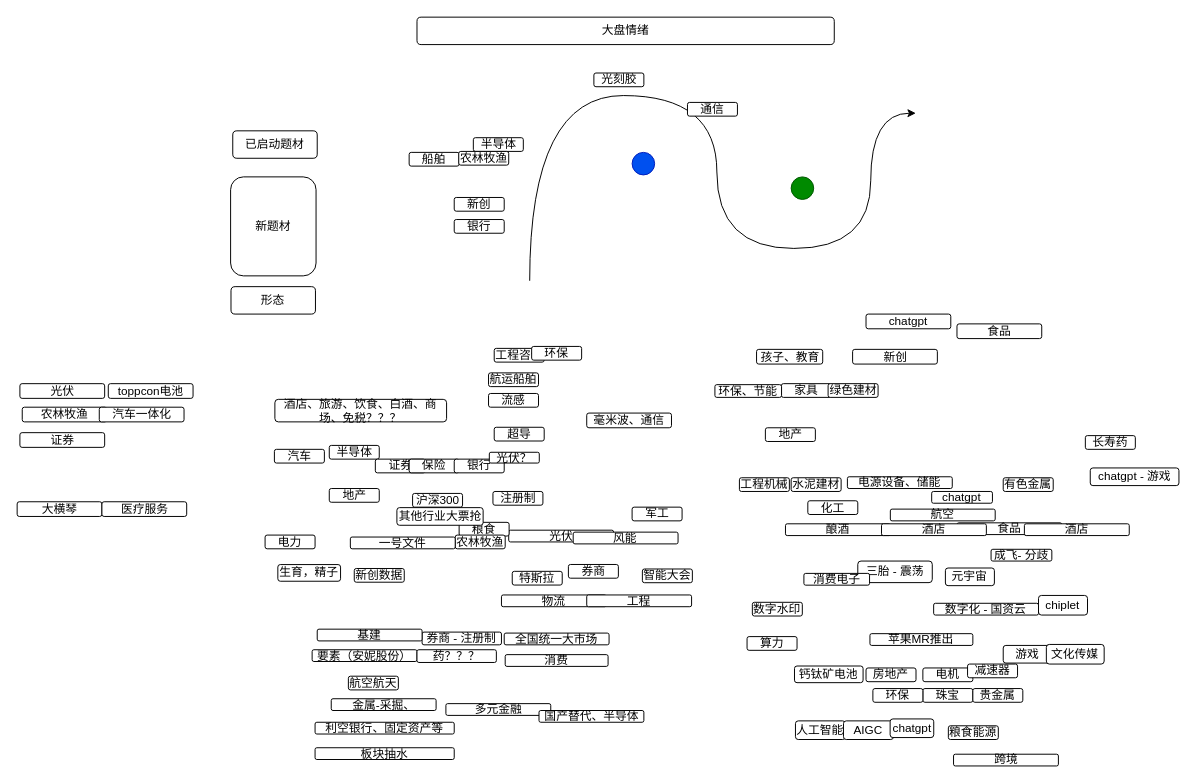
The draw.io diagram menus/每日头脑风暴.drawio in Asamiyaa/microservice-k8s-yun, before the edit. Source tidied: cells renumbered, new cells numbered last; positions are measured from the earlier drawing's top-left corner, leaving out a move shared by most shapes. Both pictures are drawn from the tidied source at 98%, with x=0, y=0 at pixel (17, 17).
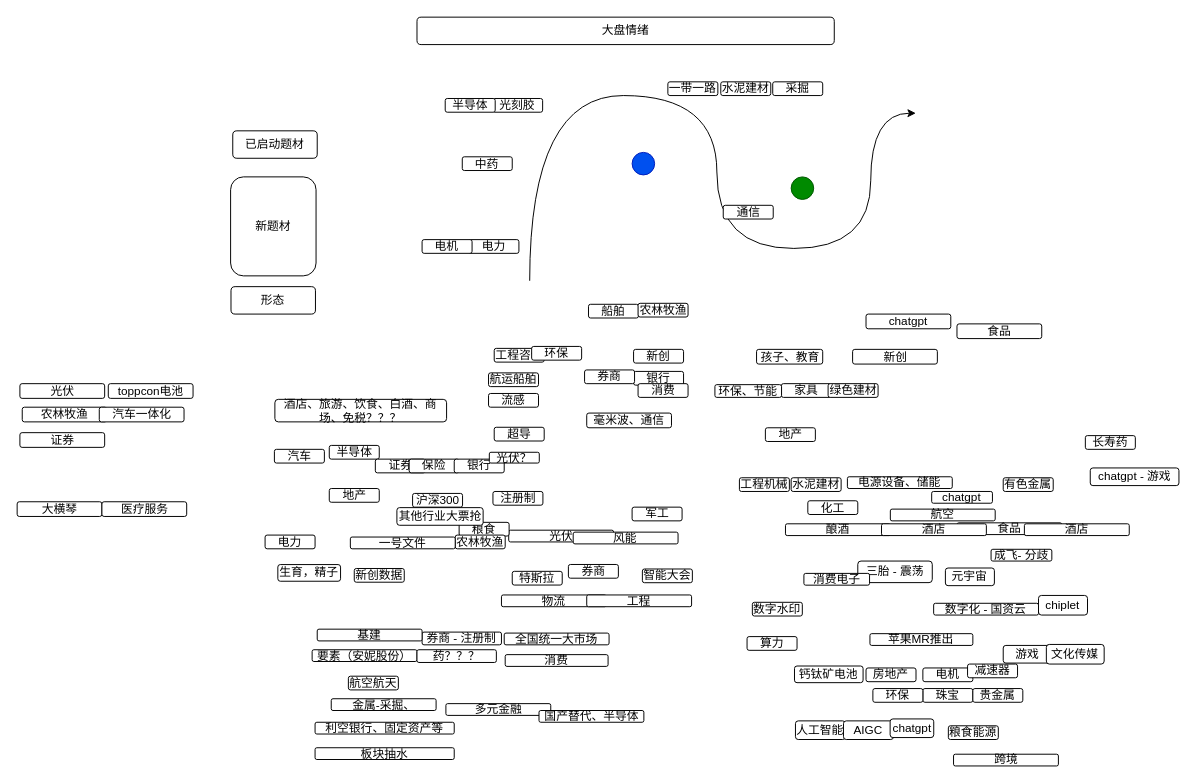
After the change.

Commit message:
更新每日头脑风暴.drawio

Change to the diagram source:
```diff
@@
     <mxCell id="102" value="光刻胶" style="rounded=1;whiteSpace=wrap;html=1;" parent="1" vertex="1">
-      <mxGeometry x="588.5" y="57" width="51" height="14" as="geometry" />
+      <mxGeometry x="485.2" y="83" width="51" height="14" as="geometry" />
     </mxCell>
     <mxCell id="103" value="通信" style="rounded=1;whiteSpace=wrap;html=1;" parent="1" vertex="1">
-      <mxGeometry x="684" y="87" width="51" height="14" as="geometry" />
+      <mxGeometry x="720.5" y="192" width="51" height="14" as="geometry" />
     </mxCell>
@@
     <mxCell id="105" value="半导体" style="rounded=1;whiteSpace=wrap;html=1;" parent="1" vertex="1">
-      <mxGeometry x="465.5" y="123" width="51" height="14" as="geometry" />
+      <mxGeometry x="436.8" y="83" width="51" height="14" as="geometry" />
     </mxCell>
     <mxCell id="106" value="船舶" style="rounded=1;whiteSpace=wrap;html=1;" parent="1" vertex="1">
-      <mxGeometry x="400" y="138" width="51" height="14" as="geometry" />
+      <mxGeometry x="583" y="293" width="51" height="14" as="geometry" />
     </mxCell>
     <mxCell id="107" value="农林牧渔" style="rounded=1;whiteSpace=wrap;html=1;" parent="1" vertex="1">
-      <mxGeometry x="450.6" y="137" width="51" height="14" as="geometry" />
+      <mxGeometry x="633.6" y="292" width="51" height="14" as="geometry" />
     </mxCell>
     <mxCell id="108" value="新创" style="rounded=1;whiteSpace=wrap;html=1;" parent="1" vertex="1">
-      <mxGeometry x="446" y="184" width="51" height="14" as="geometry" />
+      <mxGeometry x="629" y="339" width="51" height="14" as="geometry" />
     </mxCell>
     <mxCell id="109" value="银行" style="rounded=1;whiteSpace=wrap;html=1;" parent="1" vertex="1">
-      <mxGeometry x="446" y="206.5" width="51" height="14" as="geometry" />
+      <mxGeometry x="629" y="361.5" width="51" height="14" as="geometry" />
     </mxCell>
+    <mxCell id="110" value="电力" style="rounded=1;whiteSpace=wrap;html=1;" parent="1" vertex="1">
+      <mxGeometry x="461" y="227" width="51" height="14" as="geometry" />
+    </mxCell>
+    <mxCell id="111" value="券商" style="rounded=1;whiteSpace=wrap;html=1;" parent="1" vertex="1">
+      <mxGeometry x="579" y="360" width="51" height="14" as="geometry" />
+    </mxCell>
+    <mxCell id="112" value="消费" style="rounded=1;whiteSpace=wrap;html=1;" parent="1" vertex="1">
+      <mxGeometry x="633.6" y="374" width="51" height="14" as="geometry" />
+    </mxCell>
+    <mxCell id="113" value="中药" style="rounded=1;whiteSpace=wrap;html=1;" parent="1" vertex="1">
+      <mxGeometry x="454.2" y="142.5" width="51" height="14" as="geometry" />
+    </mxCell>
+    <mxCell id="114" value="电机" style="rounded=1;whiteSpace=wrap;html=1;" parent="1" vertex="1">
+      <mxGeometry x="413.2" y="227" width="51" height="14" as="geometry" />
+    </mxCell>
+    <mxCell id="115" value="一带一路" style="rounded=1;whiteSpace=wrap;html=1;" parent="1" vertex="1">
+      <mxGeometry x="664" y="66" width="51" height="14" as="geometry" />
+    </mxCell>
+    <mxCell id="116" value="水泥建材" style="rounded=1;whiteSpace=wrap;html=1;" parent="1" vertex="1">
+      <mxGeometry x="718" y="66" width="51" height="14" as="geometry" />
+    </mxCell>
+    <mxCell id="117" value="采掘" style="rounded=1;whiteSpace=wrap;html=1;" parent="1" vertex="1">
+      <mxGeometry x="771" y="66" width="51" height="14" as="geometry" />
+    </mxCell>
```
